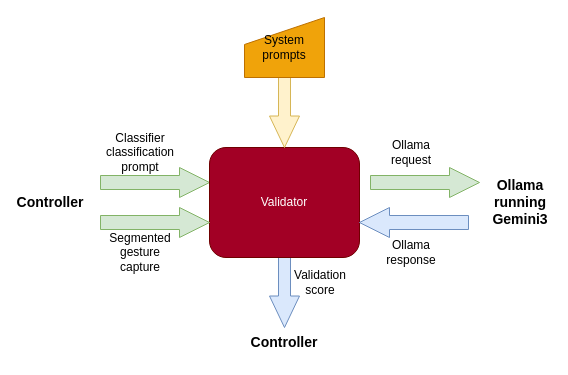
Above: validator.drawio in GreatSharky/CoHSCI (draw.io), before the change. Source tidied: cells renumbered, new cells numbered last; positions are measured from the earlier drawing's top-left corner, leaving out a move shared by most shapes. Both pictures are drawn from the tidied source at 100%, with x=0, y=0 at pixel (20, 17).
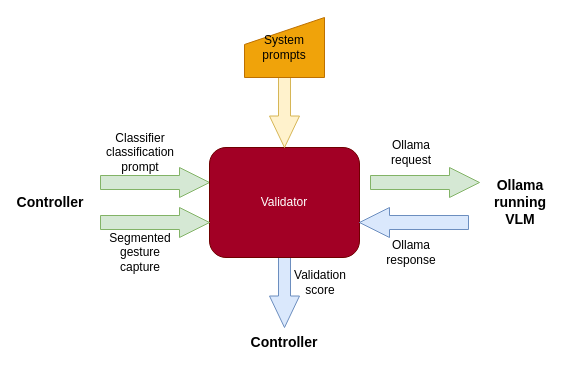
After the change.

What changed in the source:
```diff
@@
 <mxGraphModel>
   <root>
     <mxCell id="0" />
     <mxCell id="1" parent="0" />
     <mxCell id="2" style="shape=singleArrow;whiteSpace=wrap;html=1;arrowWidth=0.4;arrowSize=0.35;rotation=90;fillColor=#dae8fc;strokeColor=#6c8ebf;" parent="1" vertex="1">
       <mxGeometry x="219" y="250" width="90" height="30" as="geometry" />
     </mxCell>
     <mxCell id="3" style="shape=singleArrow;whiteSpace=wrap;html=1;arrowWidth=0.4666666666666667;arrowSize=0.27522935779816515;fillColor=#d5e8d4;strokeColor=#82b366;" parent="1" vertex="1">
       <mxGeometry x="80" y="150" width="109" height="30" as="geometry" />
     </mxCell>
     <mxCell id="4" value="Validator" style="rounded=1;whiteSpace=wrap;html=1;fillColor=#a20025;fontColor=#ffffff;strokeColor=#6F0000;" parent="1" vertex="1">
       <mxGeometry x="189" y="130" width="150" height="110" as="geometry" />
     </mxCell>
     <mxCell id="5" value="Classifier classification prompt" style="text;html=1;whiteSpace=wrap;strokeColor=none;fillColor=none;align=center;verticalAlign=middle;rounded=0;" parent="1" vertex="1">
       <mxGeometry x="90" y="120" width="60" height="30" as="geometry" />
     </mxCell>
     <mxCell id="6" value="Controller" style="text;html=1;whiteSpace=wrap;strokeColor=none;fillColor=none;align=center;verticalAlign=middle;rounded=0;fontSize=14;fontStyle=1;" parent="1" vertex="1">
       <mxGeometry y="170" width="60" height="30" as="geometry" />
     </mxCell>
     <mxCell id="7" value="Segmented gesture&lt;div&gt;capture&lt;/div&gt;" style="text;html=1;whiteSpace=wrap;strokeColor=none;fillColor=none;align=center;verticalAlign=middle;rounded=0;" parent="1" vertex="1">
       <mxGeometry x="90" y="220" width="60" height="30" as="geometry" />
     </mxCell>
     <mxCell id="8" style="shape=singleArrow;whiteSpace=wrap;html=1;arrowWidth=0.4;arrowSize=0.35;rotation=90;fillColor=#fff2cc;strokeColor=#d6b656;" parent="1" vertex="1">
       <mxGeometry x="219" y="70" width="90" height="30" as="geometry" />
     </mxCell>
     <mxCell id="9" value="Ollama request" style="text;html=1;whiteSpace=wrap;strokeColor=none;fillColor=none;align=center;verticalAlign=middle;rounded=0;" parent="1" vertex="1">
       <mxGeometry x="361" y="120" width="60" height="30" as="geometry" />
     </mxCell>
     <mxCell id="10" value="System prompts" style="shape=manualInput;whiteSpace=wrap;html=1;size=27;fillColor=#f0a30a;fontColor=#000000;strokeColor=#BD7000;" parent="1" vertex="1">
       <mxGeometry x="224" width="80" height="60" as="geometry" />
     </mxCell>
     <mxCell id="11" style="shape=singleArrow;whiteSpace=wrap;html=1;arrowWidth=0.4666666666666667;arrowSize=0.27522935779816515;fillColor=#d5e8d4;strokeColor=#82b366;" parent="1" vertex="1">
       <mxGeometry x="80" y="190" width="109" height="30" as="geometry" />
     </mxCell>
     <mxCell id="12" style="shape=singleArrow;whiteSpace=wrap;html=1;arrowWidth=0.4666666666666667;arrowSize=0.27522935779816515;fillColor=#d5e8d4;strokeColor=#82b366;" parent="1" vertex="1">
       <mxGeometry x="350" y="150" width="109" height="30" as="geometry" />
     </mxCell>
     <mxCell id="13" style="shape=singleArrow;whiteSpace=wrap;html=1;arrowWidth=0.4666666666666667;arrowSize=0.27522935779816515;fillColor=#dae8fc;strokeColor=#6c8ebf;rotation=-180;" parent="1" vertex="1">
       <mxGeometry x="339" y="190" width="109" height="30" as="geometry" />
     </mxCell>
     <mxCell id="14" value="Validation score" style="text;html=1;whiteSpace=wrap;strokeColor=none;fillColor=none;align=center;verticalAlign=middle;rounded=0;" parent="1" vertex="1">
       <mxGeometry x="270" y="250" width="60" height="30" as="geometry" />
     </mxCell>
     <mxCell id="15" value="Controller" style="text;html=1;whiteSpace=wrap;strokeColor=none;fillColor=none;align=center;verticalAlign=middle;rounded=0;fontSize=14;fontStyle=1;" parent="1" vertex="1">
       <mxGeometry x="234" y="310" width="60" height="30" as="geometry" />
     </mxCell>
-    <mxCell id="16" value="Ollama running Gemini3" style="text;html=1;whiteSpace=wrap;strokeColor=none;fillColor=none;align=center;verticalAlign=middle;rounded=0;fontSize=14;fontStyle=1;" parent="1" vertex="1">
+    <mxCell id="16" value="Ollama running VLM" style="text;html=1;whiteSpace=wrap;strokeColor=none;fillColor=none;align=center;verticalAlign=middle;rounded=0;fontSize=14;fontStyle=1;" parent="1" vertex="1">
       <mxGeometry x="470" y="170" width="60" height="30" as="geometry" />
     </mxCell>
     <mxCell id="17" value="Ollama response" style="text;html=1;whiteSpace=wrap;strokeColor=none;fillColor=none;align=center;verticalAlign=middle;rounded=0;" parent="1" vertex="1">
       <mxGeometry x="361" y="220" width="60" height="30" as="geometry" />
     </mxCell>
   </root>
 </mxGraphModel>
```
